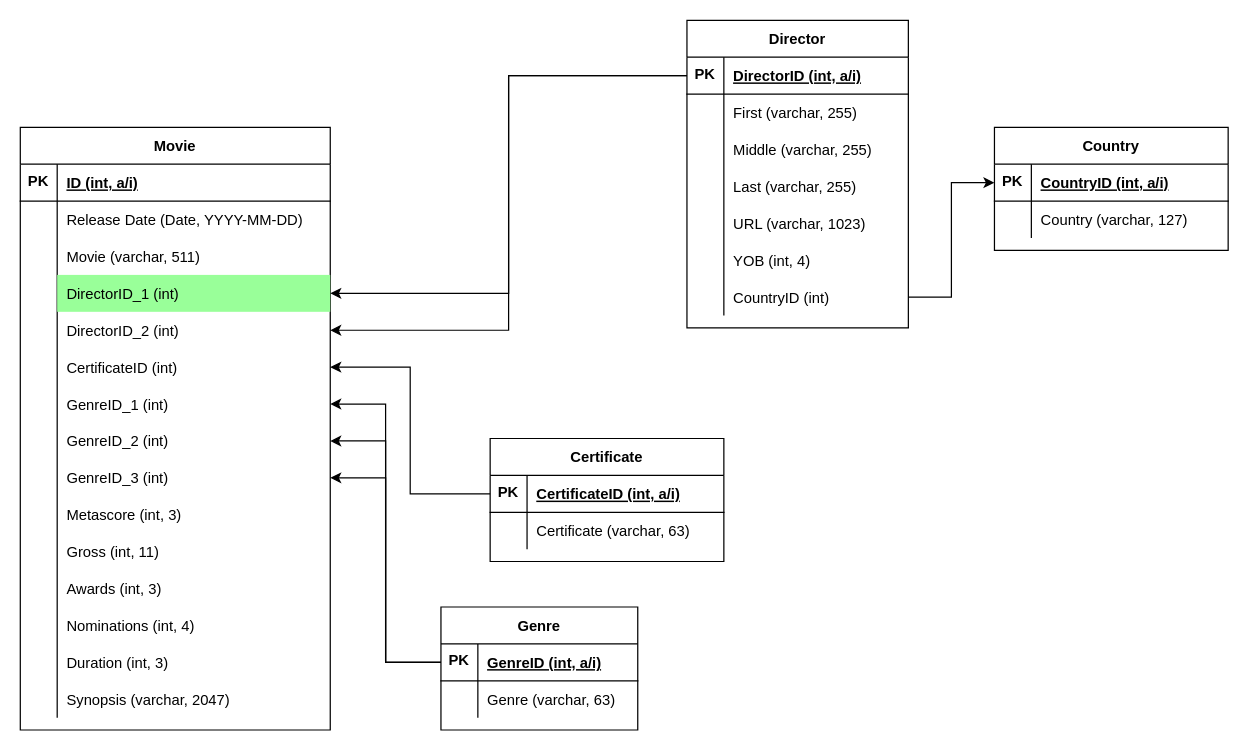
The draw.io diagram support files/database_design.drawio in GenuinelyAref/Movie-Database, before the edit. Source tidied: cells renumbered, new cells numbered last; positions are measured from the earlier drawing's top-left corner, leaving out a move shared by most shapes. Both pictures are drawn from the tidied source at 123%, with x=0, y=0 at pixel (20, 20).
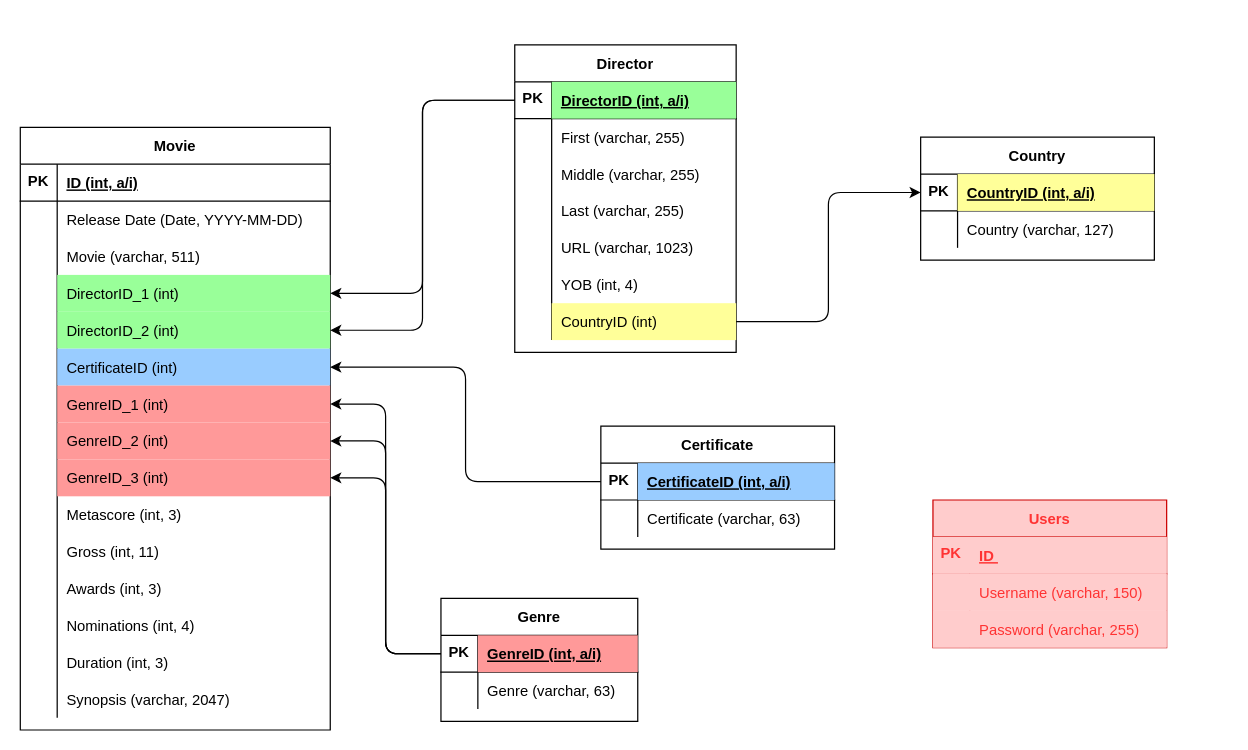
Above is the later version.

Commit message (it also covers changes not shown here):
save database design

* save as png

* save as svg

* save original (.drawio file type) UML design

Unchanged cells that the change refers to:
```xml
<mxCell id="12" style="shape=partialRectangle;fillColor=none;top=0;left=0;bottom=0;right=0;points=[[0,0.5],[1,0.5]];portConstraint=eastwest;labelBackgroundColor=none;labelBorderColor=none;fontSize=12;fontColor=default;verticalAlign=top;" parent="2" vertex="1">
  <mxGeometry y="120" width="252" height="30" as="geometry" />
</mxCell>
<mxCell id="15" style="shape=partialRectangle;fillColor=none;top=0;left=0;bottom=0;right=0;points=[[0,0.5],[1,0.5]];portConstraint=eastwest;labelBackgroundColor=none;labelBorderColor=none;fontSize=12;fontColor=default;verticalAlign=top;" parent="2" vertex="1">
  <mxGeometry y="150" width="252" height="30" as="geometry" />
</mxCell>
<mxCell id="18" style="shape=partialRectangle;fillColor=none;top=0;left=0;bottom=0;right=0;points=[[0,0.5],[1,0.5]];portConstraint=eastwest;labelBackgroundColor=none;labelBorderColor=none;fontSize=12;fontColor=default;verticalAlign=top;" parent="2" vertex="1">
  <mxGeometry y="180" width="252" height="30" as="geometry" />
</mxCell>
<mxCell id="21" style="shape=partialRectangle;fillColor=none;top=0;left=0;bottom=0;right=0;points=[[0,0.5],[1,0.5]];portConstraint=eastwest;labelBackgroundColor=none;labelBorderColor=none;fontSize=12;fontColor=default;verticalAlign=top;" parent="2" vertex="1">
  <mxGeometry y="210" width="252" height="30" as="geometry" />
</mxCell>
<mxCell id="24" style="shape=partialRectangle;fillColor=none;top=0;left=0;bottom=0;right=0;points=[[0,0.5],[1,0.5]];portConstraint=eastwest;labelBackgroundColor=none;labelBorderColor=none;fontSize=12;fontColor=default;verticalAlign=top;" parent="2" vertex="1">
  <mxGeometry y="240" width="252" height="30" as="geometry" />
</mxCell>
<mxCell id="27" style="shape=partialRectangle;fillColor=none;top=0;left=0;bottom=0;right=0;points=[[0,0.5],[1,0.5]];portConstraint=eastwest;labelBackgroundColor=none;labelBorderColor=none;fontSize=12;fontColor=default;verticalAlign=top;" parent="2" vertex="1">
  <mxGeometry y="270" width="252" height="30" as="geometry" />
</mxCell>
<mxCell id="51" style="shape=partialRectangle;fillColor=none;top=0;left=0;bottom=1;right=0;points=[[0,0.5],[1,0.5]];portConstraint=eastwest;labelBackgroundColor=none;labelBorderColor=none;fontSize=12;fontColor=default;verticalAlign=top;" parent="50" vertex="1">
  <mxGeometry y="30" width="180" height="30" as="geometry" />
</mxCell>
<mxCell id="69" style="shape=partialRectangle;fillColor=none;top=0;left=0;bottom=0;right=0;points=[[0,0.5],[1,0.5]];portConstraint=eastwest;labelBackgroundColor=none;labelBorderColor=none;fontSize=12;fontColor=default;verticalAlign=top;" parent="50" vertex="1">
  <mxGeometry y="210" width="180" height="30" as="geometry" />
</mxCell>
<mxCell id="76" style="shape=partialRectangle;fillColor=none;top=0;left=0;bottom=1;right=0;points=[[0,0.5],[1,0.5]];portConstraint=eastwest;labelBackgroundColor=none;labelBorderColor=none;fontSize=12;fontColor=default;verticalAlign=top;" parent="75" vertex="1">
  <mxGeometry y="30" width="160" height="30" as="geometry" />
</mxCell>
<mxCell id="83" style="shape=partialRectangle;fillColor=none;top=0;left=0;bottom=1;right=0;points=[[0,0.5],[1,0.5]];portConstraint=eastwest;labelBackgroundColor=none;labelBorderColor=none;fontSize=12;fontColor=default;verticalAlign=top;" parent="82" vertex="1">
  <mxGeometry y="30" width="190" height="30" as="geometry" />
</mxCell>
<mxCell id="91" style="shape=partialRectangle;fillColor=none;top=0;left=0;bottom=1;right=0;points=[[0,0.5],[1,0.5]];portConstraint=eastwest;labelBackgroundColor=none;labelBorderColor=none;fontSize=12;fontColor=default;verticalAlign=top;" parent="90" vertex="1">
  <mxGeometry y="30" width="190" height="30" as="geometry" />
</mxCell>
```

Diff of the diagram source:
```diff
@@
-    <mxCell id="17" value="DirectorID_2 (int)" style="shape=partialRectangle;fillColor=none;top=0;left=0;bottom=0;right=0;align=left;spacingLeft=6;overflow=hidden;labelBackgroundColor=none;labelBorderColor=none;fontSize=12;fontColor=default;" parent="15" vertex="1">
+    <mxCell id="17" value="DirectorID_2 (int)" style="shape=partialRectangle;fillColor=#99FF99;top=0;left=0;bottom=0;right=0;align=left;spacingLeft=6;overflow=hidden;labelBackgroundColor=none;labelBorderColor=none;fontSize=12;fontColor=default;" parent="15" vertex="1">
       <mxGeometry x="30" width="222" height="30" as="geometry" />
     </mxCell>
@@
-    <mxCell id="20" value="CertificateID (int)" style="shape=partialRectangle;fillColor=none;top=0;left=0;bottom=0;right=0;align=left;spacingLeft=6;overflow=hidden;labelBackgroundColor=none;labelBorderColor=none;fontSize=12;fontColor=default;" parent="18" vertex="1">
+    <mxCell id="20" value="CertificateID (int)" style="shape=partialRectangle;fillColor=#99CCFF;top=0;left=0;bottom=0;right=0;align=left;spacingLeft=6;overflow=hidden;labelBackgroundColor=none;labelBorderColor=none;fontSize=12;fontColor=default;" parent="18" vertex="1">
       <mxGeometry x="30" width="222" height="30" as="geometry" />
     </mxCell>
@@
-    <mxCell id="23" value="GenreID_1 (int)" style="shape=partialRectangle;fillColor=none;top=0;left=0;bottom=0;right=0;align=left;spacingLeft=6;overflow=hidden;labelBackgroundColor=none;labelBorderColor=none;fontSize=12;fontColor=default;" parent="21" vertex="1">
+    <mxCell id="23" value="GenreID_1 (int)" style="shape=partialRectangle;fillColor=#FF9999;top=0;left=0;bottom=0;right=0;align=left;spacingLeft=6;overflow=hidden;labelBackgroundColor=none;labelBorderColor=none;fontSize=12;fontColor=default;" parent="21" vertex="1">
       <mxGeometry x="30" width="222" height="30" as="geometry" />
     </mxCell>
@@
-    <mxCell id="26" value="GenreID_2 (int)" style="shape=partialRectangle;fillColor=none;top=0;left=0;bottom=0;right=0;align=left;spacingLeft=6;overflow=hidden;labelBackgroundColor=none;labelBorderColor=none;fontSize=12;fontColor=default;" parent="24" vertex="1">
+    <mxCell id="26" value="GenreID_2 (int)" style="shape=partialRectangle;fillColor=#FF9999;top=0;left=0;bottom=0;right=0;align=left;spacingLeft=6;overflow=hidden;labelBackgroundColor=none;labelBorderColor=none;fontSize=12;fontColor=default;" parent="24" vertex="1">
       <mxGeometry x="30" width="222" height="30" as="geometry" />
     </mxCell>
@@
-    <mxCell id="29" value="GenreID_3 (int)" style="shape=partialRectangle;fillColor=none;top=0;left=0;bottom=0;right=0;align=left;spacingLeft=6;overflow=hidden;labelBackgroundColor=none;labelBorderColor=none;fontSize=12;fontColor=default;" parent="27" vertex="1">
+    <mxCell id="29" value="GenreID_3 (int)" style="shape=partialRectangle;fillColor=#FF9999;top=0;left=0;bottom=0;right=0;align=left;spacingLeft=6;overflow=hidden;labelBackgroundColor=none;labelBorderColor=none;fontSize=12;fontColor=default;" parent="27" vertex="1">
       <mxGeometry x="30" width="222" height="30" as="geometry" />
     </mxCell>
@@
-    <mxCell id="48" style="edgeStyle=orthogonalEdgeStyle;rounded=0;jettySize=auto;html=1;exitX=0;exitY=0.5;exitDx=0;exitDy=0;entryX=1;entryY=0.5;entryDx=0;entryDy=0;fontSize=12;fontColor=default;" parent="1" edge="1" source="51" target="15">
+    <mxCell id="48" style="edgeStyle=orthogonalEdgeStyle;jettySize=auto;html=1;exitX=0;exitY=0.5;exitDx=0;exitDy=0;entryX=1;entryY=0.5;entryDx=0;entryDy=0;fontSize=12;fontColor=default;" parent="1" edge="1" source="51" target="15">
       <mxGeometry relative="1" as="geometry" />
     </mxCell>
-    <mxCell id="49" style="edgeStyle=orthogonalEdgeStyle;rounded=0;jettySize=auto;html=1;exitX=0;exitY=0.5;exitDx=0;exitDy=0;entryX=1;entryY=0.5;entryDx=0;entryDy=0;fontSize=12;fontColor=default;" parent="1" edge="1" source="51" target="12">
+    <mxCell id="49" style="edgeStyle=orthogonalEdgeStyle;jettySize=auto;html=1;exitX=0;exitY=0.5;exitDx=0;exitDy=0;entryX=1;entryY=0.5;entryDx=0;entryDy=0;fontSize=12;fontColor=default;" parent="1" edge="1" source="51" target="12">
       <mxGeometry relative="1" as="geometry" />
     </mxCell>
     <mxCell id="50" value="Director" style="shape=table;startSize=30;childLayout=tableLayout;rowLines=0;fontStyle=1;align=center;labelBackgroundColor=none;labelBorderColor=none;fontSize=12;fontColor=default;" parent="1" vertex="1">
-      <mxGeometry x="542" width="180" height="250" as="geometry" />
+      <mxGeometry x="402" y="20" width="180" height="250" as="geometry" />
     </mxCell>
@@
-    <mxCell id="53" value="DirectorID (int, a/i)" style="shape=partialRectangle;fillColor=none;top=0;left=0;bottom=0;right=0;align=left;spacingLeft=6;fontStyle=5;overflow=hidden;labelBackgroundColor=none;labelBorderColor=none;fontSize=12;fontColor=default;" parent="51" vertex="1">
+    <mxCell id="53" value="DirectorID (int, a/i)" style="shape=partialRectangle;fillColor=#99FF99;top=0;left=0;bottom=0;right=0;align=left;spacingLeft=6;fontStyle=5;overflow=hidden;labelBackgroundColor=none;labelBorderColor=none;fontSize=12;fontColor=default;" parent="51" vertex="1">
       <mxGeometry x="30" width="150" height="30" as="geometry" />
     </mxCell>
@@
-    <mxCell id="71" value="CountryID (int)" style="shape=partialRectangle;fillColor=none;top=0;left=0;bottom=0;right=0;align=left;spacingLeft=6;overflow=hidden;labelBackgroundColor=none;labelBorderColor=none;fontSize=12;fontColor=default;" parent="69" vertex="1">
+    <mxCell id="71" value="CountryID (int)" style="shape=partialRectangle;fillColor=#FFFF99;top=0;left=0;bottom=0;right=0;align=left;spacingLeft=6;overflow=hidden;labelBackgroundColor=none;labelBorderColor=none;fontSize=12;fontColor=default;" parent="69" vertex="1">
       <mxGeometry x="30" width="150" height="30" as="geometry" />
     </mxCell>
-    <mxCell id="72" style="edgeStyle=orthogonalEdgeStyle;rounded=0;jettySize=auto;html=1;exitX=0;exitY=0.5;exitDx=0;exitDy=0;entryX=1;entryY=0.5;entryDx=0;entryDy=0;fontSize=12;fontColor=default;" parent="1" edge="1" source="76" target="21">
+    <mxCell id="72" style="edgeStyle=orthogonalEdgeStyle;jettySize=auto;html=1;exitX=0;exitY=0.5;exitDx=0;exitDy=0;entryX=1;entryY=0.5;entryDx=0;entryDy=0;fontSize=12;fontColor=default;" parent="1" edge="1" source="76" target="21">
       <mxGeometry relative="1" as="geometry" />
     </mxCell>
-    <mxCell id="73" style="edgeStyle=orthogonalEdgeStyle;rounded=0;jettySize=auto;html=1;exitX=0;exitY=0.5;exitDx=0;exitDy=0;fontSize=12;fontColor=default;" parent="1" edge="1" source="76" target="27">
+    <mxCell id="73" style="edgeStyle=orthogonalEdgeStyle;jettySize=auto;html=1;exitX=0;exitY=0.5;exitDx=0;exitDy=0;fontSize=12;fontColor=default;" parent="1" edge="1" source="76" target="27">
       <mxGeometry relative="1" as="geometry" />
     </mxCell>
-    <mxCell id="74" style="edgeStyle=orthogonalEdgeStyle;rounded=0;jettySize=auto;html=1;exitX=0;exitY=0.5;exitDx=0;exitDy=0;entryX=1;entryY=0.5;entryDx=0;entryDy=0;fontSize=12;fontColor=default;" parent="1" edge="1" source="76" target="24">
+    <mxCell id="74" style="edgeStyle=orthogonalEdgeStyle;jettySize=auto;html=1;exitX=0;exitY=0.5;exitDx=0;exitDy=0;entryX=1;entryY=0.5;entryDx=0;entryDy=0;fontSize=12;fontColor=default;" parent="1" edge="1" source="76" target="24">
       <mxGeometry relative="1" as="geometry" />
     </mxCell>
     <mxCell id="75" value="Genre" style="shape=table;startSize=30;childLayout=tableLayout;rowLines=0;fontStyle=1;align=center;labelBackgroundColor=none;labelBorderColor=none;fontSize=12;fontColor=default;" parent="1" vertex="1">
-      <mxGeometry x="342" y="477" width="160" height="100" as="geometry" />
+      <mxGeometry x="342" y="470" width="160" height="100" as="geometry" />
     </mxCell>
@@
-    <mxCell id="78" value="GenreID (int, a/i)" style="shape=partialRectangle;fillColor=none;top=0;left=0;bottom=0;right=0;align=left;spacingLeft=6;fontStyle=5;overflow=hidden;labelBackgroundColor=none;labelBorderColor=none;fontSize=12;fontColor=default;" parent="76" vertex="1">
+    <mxCell id="78" value="GenreID (int, a/i)" style="shape=partialRectangle;fillColor=#FF9999;top=0;left=0;bottom=0;right=0;align=left;spacingLeft=6;fontStyle=5;overflow=hidden;labelBackgroundColor=none;labelBorderColor=none;fontSize=12;fontColor=default;" parent="76" vertex="1">
       <mxGeometry x="30" width="130" height="30" as="geometry" />
     </mxCell>
@@
     <mxCell id="82" value="Certificate" style="shape=table;startSize=30;childLayout=tableLayout;rowLines=0;fontStyle=1;align=center;labelBackgroundColor=none;labelBorderColor=none;fontSize=12;fontColor=default;" parent="1" vertex="1">
-      <mxGeometry x="382" y="340" width="190" height="100" as="geometry" />
+      <mxGeometry x="472" y="330" width="190" height="100" as="geometry" />
     </mxCell>
@@
-    <mxCell id="85" value="CertificateID (int, a/i)" style="shape=partialRectangle;fillColor=none;top=0;left=0;bottom=0;right=0;align=left;spacingLeft=6;fontStyle=5;overflow=hidden;labelBackgroundColor=none;labelBorderColor=none;fontSize=12;fontColor=default;" parent="83" vertex="1">
+    <mxCell id="85" value="CertificateID (int, a/i)" style="shape=partialRectangle;fillColor=#99CCFF;top=0;left=0;bottom=0;right=0;align=left;spacingLeft=6;fontStyle=5;overflow=hidden;labelBackgroundColor=none;labelBorderColor=none;fontSize=12;fontColor=default;" parent="83" vertex="1">
       <mxGeometry x="30" width="160" height="30" as="geometry" />
     </mxCell>
@@
-    <mxCell id="89" style="edgeStyle=orthogonalEdgeStyle;rounded=0;jettySize=auto;html=1;exitX=0;exitY=0.5;exitDx=0;exitDy=0;entryX=1;entryY=0.5;entryDx=0;entryDy=0;fontSize=12;fontColor=default;" parent="1" edge="1" source="83" target="18">
+    <mxCell id="89" style="edgeStyle=orthogonalEdgeStyle;jettySize=auto;html=1;exitX=0;exitY=0.5;exitDx=0;exitDy=0;entryX=1;entryY=0.5;entryDx=0;entryDy=0;fontSize=12;fontColor=default;" parent="1" edge="1" source="83" target="18">
       <mxGeometry relative="1" as="geometry" />
     </mxCell>
     <mxCell id="90" value="Country" style="shape=table;startSize=30;childLayout=tableLayout;rowLines=0;fontStyle=1;align=center;labelBackgroundColor=none;labelBorderColor=none;fontSize=12;fontColor=default;" parent="1" vertex="1">
-      <mxGeometry x="792" y="87" width="190" height="100" as="geometry" />
+      <mxGeometry x="732" y="95" width="190" height="100" as="geometry" />
     </mxCell>
@@
-    <mxCell id="93" value="CountryID (int, a/i)" style="shape=partialRectangle;fillColor=none;top=0;left=0;bottom=0;right=0;align=left;spacingLeft=6;fontStyle=5;overflow=hidden;labelBackgroundColor=none;labelBorderColor=none;fontSize=12;fontColor=default;" parent="91" vertex="1">
+    <mxCell id="93" value="CountryID (int, a/i)" style="shape=partialRectangle;fillColor=#FFFF99;top=0;left=0;bottom=0;right=0;align=left;spacingLeft=6;fontStyle=5;overflow=hidden;labelBackgroundColor=none;labelBorderColor=none;fontSize=12;fontColor=default;" parent="91" vertex="1">
       <mxGeometry x="30" width="160" height="30" as="geometry" />
     </mxCell>
@@
-    <mxCell id="97" style="edgeStyle=orthogonalEdgeStyle;rounded=0;jettySize=auto;html=1;exitX=1;exitY=0.5;exitDx=0;exitDy=0;entryX=0;entryY=0.5;entryDx=0;entryDy=0;fontSize=12;fontColor=default;" parent="1" edge="1" source="69" target="91">
+    <mxCell id="97" style="edgeStyle=orthogonalEdgeStyle;jettySize=auto;html=1;exitX=1;exitY=0.5;exitDx=0;exitDy=0;entryX=0;entryY=0.5;entryDx=0;entryDy=0;fontSize=12;fontColor=default;" parent="1" edge="1" source="69" target="91">
       <mxGeometry relative="1" as="geometry" />
     </mxCell>
+    <mxCell id="98" value="Users" style="shape=table;startSize=30;childLayout=tableLayout;rowLines=0;fontStyle=1;align=center;labelBackgroundColor=none;labelBorderColor=none;fontSize=12;fontColor=#FF3333;strokeColor=#CC0000;fillColor=#FFCCCC;strokeWidth=1;perimeterSpacing=0;" parent="1" vertex="1">
+      <mxGeometry x="742" y="390" width="190" height="120" as="geometry" />
+    </mxCell>
+    <mxCell id="99" style="shape=partialRectangle;fillColor=#FFCCCC;top=0;left=0;bottom=1;right=0;labelBackgroundColor=none;labelBorderColor=none;fontSize=12;fontColor=#FF3333;verticalAlign=top;shadow=0;strokeColor=#CC0000;strokeWidth=1;perimeterSpacing=0;" parent="98" vertex="1">
+      <mxGeometry y="30" width="190" height="30" as="geometry" />
+    </mxCell>
+    <mxCell id="100" value="PK" style="shape=partialRectangle;fillColor=#FFCCCC;top=0;left=0;bottom=0;right=0;fontStyle=1;overflow=hidden;labelBackgroundColor=none;labelBorderColor=none;fontSize=12;fontColor=#FF3333;verticalAlign=top;strokeColor=#CC0000;strokeWidth=1;perimeterSpacing=0;" parent="99" vertex="1">
+      <mxGeometry width="30" height="30" as="geometry" />
+    </mxCell>
+    <mxCell id="101" value="ID " style="shape=partialRectangle;fillColor=#FFCCCC;top=0;left=0;bottom=0;right=0;align=left;spacingLeft=6;fontStyle=5;overflow=hidden;labelBackgroundColor=none;labelBorderColor=none;fontSize=12;fontColor=#FF3333;strokeColor=#CC0000;strokeWidth=2;perimeterSpacing=0;" parent="99" vertex="1">
+      <mxGeometry x="30" width="160" height="30" as="geometry" />
+    </mxCell>
+    <mxCell id="102" style="shape=partialRectangle;fillColor=#FFCCCC;top=0;left=0;bottom=0;right=0;labelBackgroundColor=none;labelBorderColor=none;fontSize=12;fontColor=#FF3333;verticalAlign=top;strokeColor=#CC0000;strokeWidth=1;perimeterSpacing=0;" parent="98" vertex="1">
+      <mxGeometry y="60" width="190" height="30" as="geometry" />
+    </mxCell>
+    <mxCell id="103" style="shape=partialRectangle;fillColor=#FFCCCC;top=0;left=0;bottom=0;right=0;overflow=hidden;labelBackgroundColor=none;labelBorderColor=none;fontSize=12;fontColor=#FF3333;verticalAlign=top;strokeColor=#CC0000;strokeWidth=1;perimeterSpacing=0;" parent="102" vertex="1">
+      <mxGeometry width="30" height="30" as="geometry" />
+    </mxCell>
+    <mxCell id="104" value="Username (varchar, 150)" style="shape=partialRectangle;fillColor=#FFCCCC;top=0;left=0;bottom=0;right=0;align=left;spacingLeft=6;overflow=hidden;labelBackgroundColor=none;labelBorderColor=none;fontSize=12;fontColor=#FF3333;strokeColor=#CC0000;strokeWidth=3;perimeterSpacing=3;" parent="102" vertex="1">
+      <mxGeometry x="30" width="160" height="30" as="geometry" />
+    </mxCell>
+    <mxCell id="105" style="shape=partialRectangle;fillColor=#FFCCCC;top=0;left=0;bottom=0;right=0;labelBackgroundColor=none;labelBorderColor=none;fontSize=12;fontColor=#FF3333;verticalAlign=top;strokeColor=#CC0000;strokeWidth=1;perimeterSpacing=0;" parent="98" vertex="1">
+      <mxGeometry y="90" width="190" height="30" as="geometry" />
+    </mxCell>
+    <mxCell id="106" style="shape=partialRectangle;fillColor=#FFCCCC;top=0;left=0;bottom=0;right=0;overflow=hidden;labelBackgroundColor=none;labelBorderColor=none;fontSize=12;fontColor=#FF3333;verticalAlign=top;strokeColor=#CC0000;strokeWidth=1;perimeterSpacing=0;" parent="105" vertex="1">
+      <mxGeometry width="30" height="30" as="geometry" />
+    </mxCell>
+    <mxCell id="107" value="Password (varchar, 255)" style="shape=partialRectangle;fillColor=#FFCCCC;top=0;left=0;bottom=0;right=0;align=left;spacingLeft=6;overflow=hidden;labelBackgroundColor=none;labelBorderColor=none;fontSize=12;fontColor=#FF3333;strokeColor=#CC0000;strokeWidth=1;perimeterSpacing=0;" parent="105" vertex="1">
+      <mxGeometry x="30" width="160" height="30" as="geometry" />
+    </mxCell>
```
